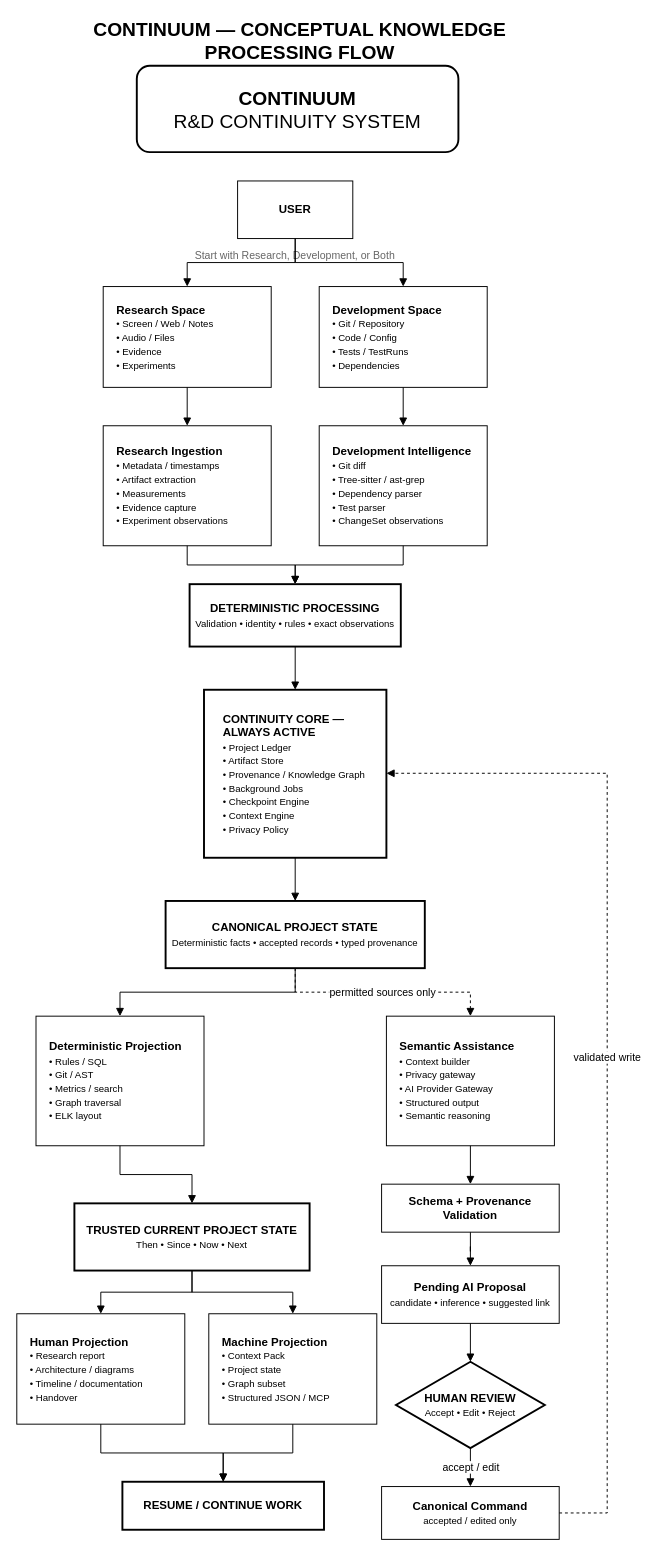
Earlier version of the draw.io diagram docs/diagrams/CONTINUUM-CONCEPTUAL-KNOWLEDGE-PROCESSING-FLOW.drawio (WiefranVarenzo/Continuum). Source tidied: cells renumbered, new cells numbered last; positions are measured from the earlier drawing's top-left corner, leaving out a move shared by most shapes. Both pictures are drawn from the tidied source at 96%, with x=0, y=0 at pixel (16, 22).
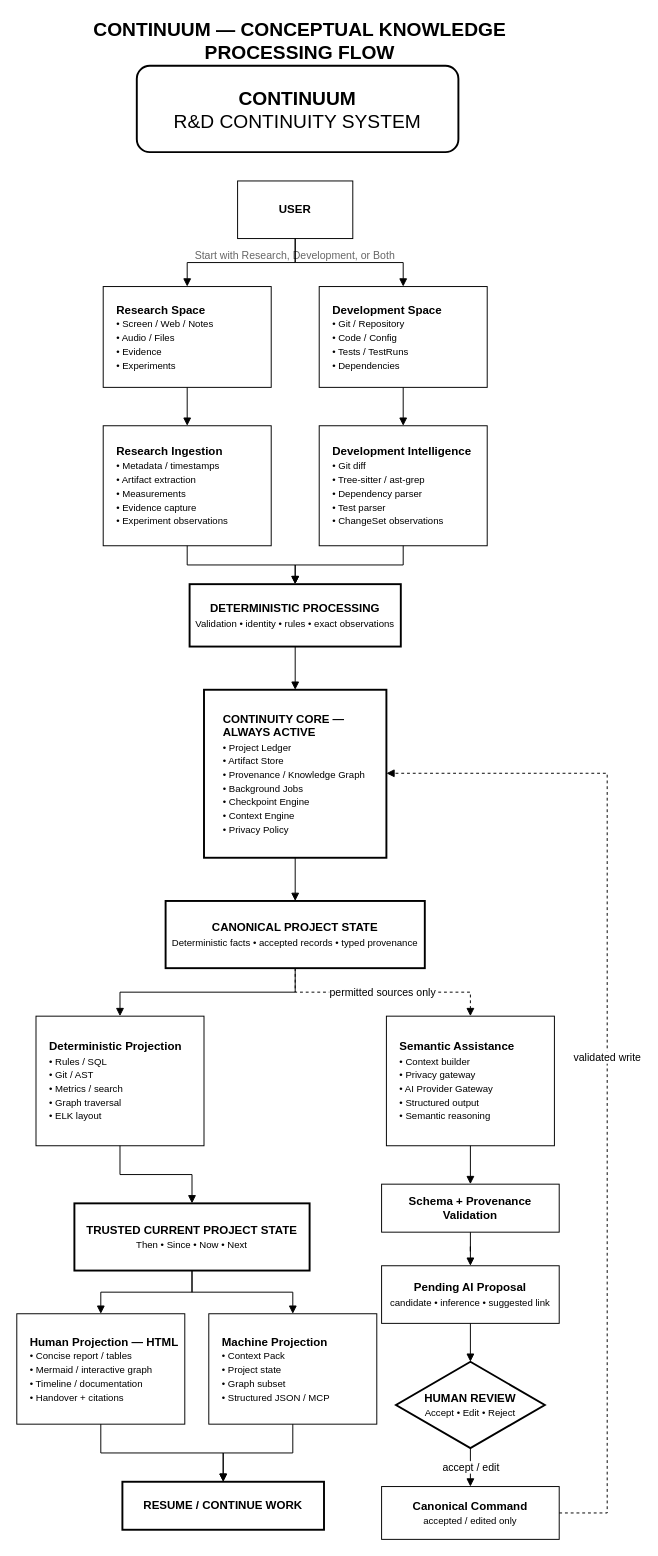
The same diagram, later.

Diff of the diagram source:
```diff
@@
-    <mxCell id="20" value="&lt;b&gt;Human Projection&lt;/b&gt;&lt;br&gt;&lt;font style=&quot;font-size:10px&quot;&gt;• Research report&lt;br&gt;• Architecture / diagrams&lt;br&gt;• Timeline / documentation&lt;br&gt;• Handover&lt;/font&gt;" style="rounded=0;whiteSpace=wrap;html=1;align=left;verticalAlign=middle;spacingLeft=12;" parent="1" vertex="1">
+    <mxCell id="20" value="&lt;b&gt;Human Projection — HTML&lt;/b&gt;&lt;br&gt;&lt;font style=&quot;font-size:10px&quot;&gt;• Concise report / tables&lt;br&gt;• Mermaid / interactive graph&lt;br&gt;• Timeline / documentation&lt;br&gt;• Handover + citations&lt;/font&gt;" style="rounded=0;whiteSpace=wrap;html=1;align=left;verticalAlign=middle;spacingLeft=12;" parent="1" vertex="1">
       <mxGeometry y="1345" width="175" height="115" as="geometry" />
     </mxCell>
```
